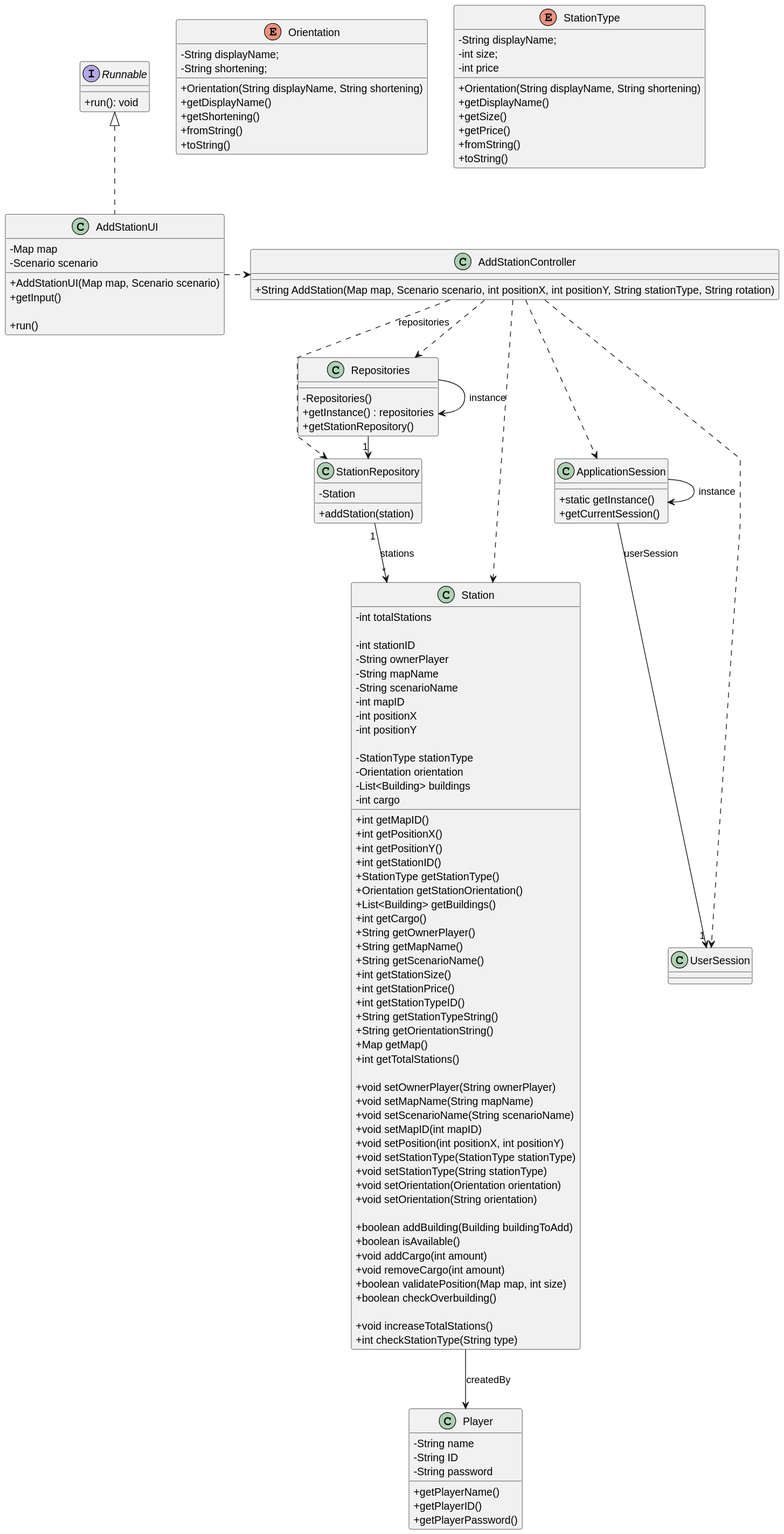
This is docs/sprint3/us005/03.design/svg/us005-class-diagram.svg from ivasduarte/all-aboard, a PlantUML export, as it was before one commit.
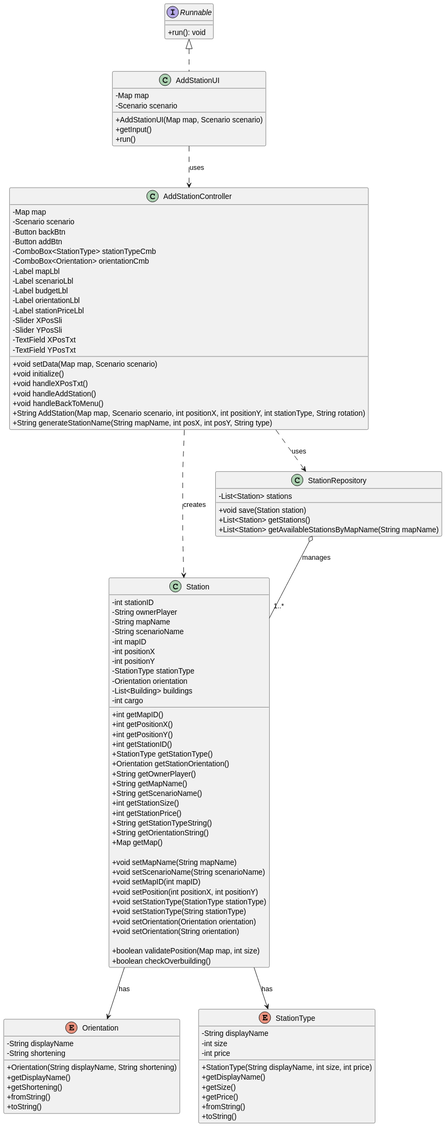
After the commit.

Change to the diagram source:
```diff
@@ -9,27 +9,7 @@
     + run(): void
 }
 
-class Player {
-    - String name
-    - String ID
-    - String password
-    + getPlayerName()
-    + getPlayerID()
-    + getPlayerPassword()
-}
-
-class UserSession {
-}
-
-class ApplicationSession {
-    + static getInstance()
-    + getCurrentSession()
-}
-
-
 class Station {
-    - int totalStations
-
     - int stationID
     - String ownerPlayer
     - String mapName
@@ -37,7 +17,6 @@
     - int mapID
     - int positionX
     - int positionY
-
     - StationType stationType
     - Orientation orientation
     - List<Building> buildings
@@ -49,20 +28,15 @@
     + int getStationID()
     + StationType getStationType()
     + Orientation getStationOrientation()
-    + List<Building> getBuildings()
-    + int getCargo()
     + String getOwnerPlayer()
     + String getMapName()
     + String getScenarioName()
     + int getStationSize()
     + int getStationPrice()
-    + int getStationTypeID()
     + String getStationTypeString()
     + String getOrientationString()
     + Map getMap()
-    + int getTotalStations()
 
-    + void setOwnerPlayer(String ownerPlayer)
     + void setMapName(String mapName)
     + void setScenarioName(String scenarioName)
     + void setMapID(int mapID)
@@ -72,20 +46,13 @@
     + void setOrientation(Orientation orientation)
     + void setOrientation(String orientation)
 
-    + boolean addBuilding(Building buildingToAdd)
-    + boolean isAvailable()
-    + void addCargo(int amount)
-    + void removeCargo(int amount)
     + boolean validatePosition(Map map, int size)
     + boolean checkOverbuilding()
-
-    + void increaseTotalStations()
-    + int checkStationType(String type)
 }
 
 enum Orientation {
-    - String displayName;
-    - String shortening;
+    - String displayName
+    - String shortening
 
     + Orientation(String displayName, String shortening)
     + getDisplayName()
@@ -95,11 +62,11 @@
 }
 
 enum StationType {
-    - String displayName;
-    - int size;
+    - String displayName
+    - int size
     - int price
 
-    + Orientation(String displayName, String shortening)
+    + StationType(String displayName, int size, int price)
     + getDisplayName()
     + getSize()
     + getPrice()
@@ -113,42 +80,48 @@
 
     + AddStationUI(Map map, Scenario scenario)
     + getInput()
-
     + run()
 }
 
 class AddStationController {
-    + String AddStation(Map map, Scenario scenario, int positionX, int positionY, String stationType, String rotation)
-}
+    - Map map
+    - Scenario scenario
+    - Button backBtn
+    - Button addBtn
+    - ComboBox<StationType> stationTypeCmb
+    - ComboBox<Orientation> orientationCmb
+    - Label mapLbl
+    - Label scenarioLbl
+    - Label budgetLbl
+    - Label orientationLbl
+    - Label stationPriceLbl
+    - Slider XPosSli
+    - Slider YPosSli
+    - TextField XPosTxt
+    - TextField YPosTxt
 
-class Repositories {
-    - Repositories()
-    + getInstance() : repositories
-    + getStationRepository()
+    + void setData(Map map, Scenario scenario)
+    + void initialize()
+    + void handleXPosTxt()
+    + void handleAddStation()
+    + void handleBackToMenu()
+    + String AddStation(Map map, Scenario scenario, int positionX, int positionY, int stationType, String rotation)
+    + String generateStationName(String mapName, int posX, int posY, String type)
 }
 
 class StationRepository {
-    - Station
-    + addStation(station)
+    - List<Station> stations
+
+    + void save(Station station)
+    + List<Station> getStations()
+    + List<Station> getAvailableStationsByMapName(String mapName)
 }
 
-Repositories -> Repositories : instance
-ApplicationSession -> ApplicationSession : instance
 
-AddStationUI .> AddStationController
-
-AddStationController .> Repositories : repositories
-
-Repositories -> "1" StationRepository
-AddStationController ..> Station
-AddStationController ..> StationRepository
-
-ApplicationSession --> "1" UserSession : userSession
-
-AddStationController ..> ApplicationSession
-AddStationController ..> UserSession
-
-StationRepository "1" --> "*" Station : stations
-
-Station --> Player : createdBy
+AddStationUI ..> AddStationController : uses
+AddStationController ..> Station : creates
+AddStationController ..> StationRepository : uses
+StationRepository o-- "1..*" Station : manages
+Station --> StationType : has
+Station --> Orientation : has
 @enduml
```
